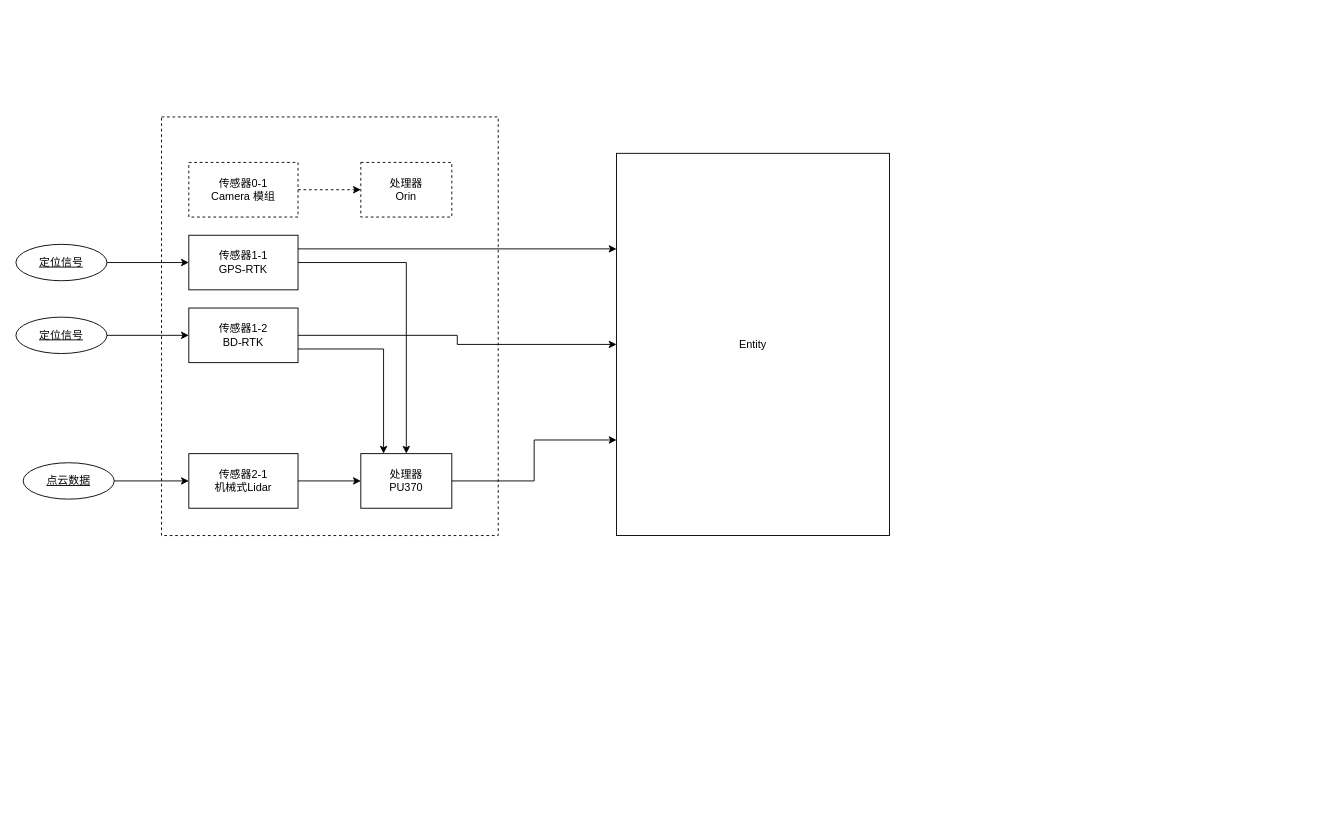
Above: page "Entity" (2 of 4) of 马来循迹控制_SIL2方案.drawio in FrankWong-cs/SharingwithColleagues (draw.io), before the change. Source tidied: cells renumbered, new cells numbered last; positions are measured from the earlier drawing's top-left corner, leaving out a move shared by most shapes. Both pictures are drawn from the tidied source at 91%, with x=0, y=0 at pixel (15, 116).
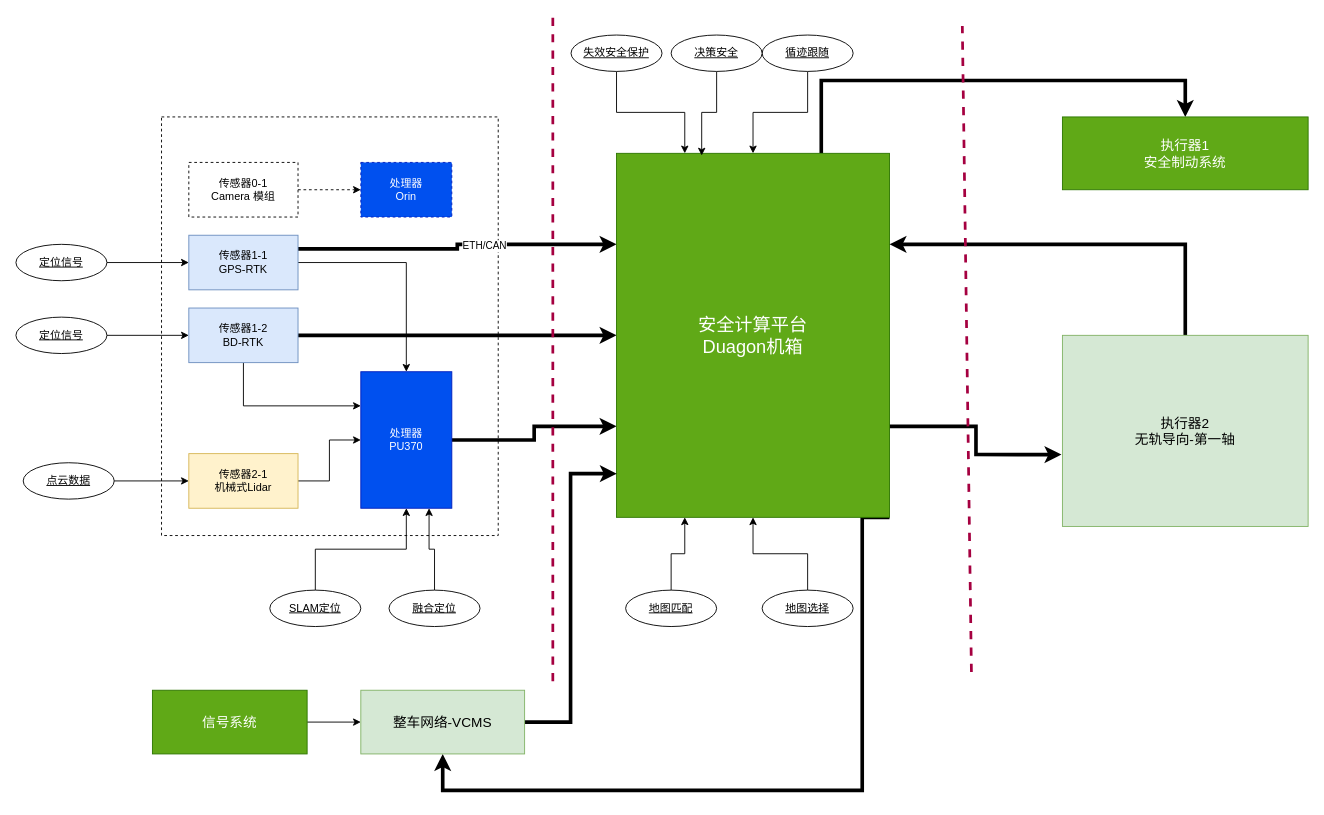
The same diagram, later.

Commit message:
Update 马来循迹控制_SIL2方案.drawio

Change to the diagram source:
```diff
@@
     <mxCell id="3" style="edgeStyle=orthogonalEdgeStyle;rounded=0;jettySize=auto;html=1;exitX=1;exitY=0.5;exitDx=0;exitDy=0;" parent="1" edge="1" source="5" target="21">
-      <mxGeometry relative="1" as="geometry" />
+      <mxGeometry relative="1" as="geometry">
+        <Array as="points">
+          <mxPoint x="429" y="160" />
+        </Array>
+      </mxGeometry>
     </mxCell>
-    <mxCell id="4" style="edgeStyle=orthogonalEdgeStyle;rounded=0;jettySize=auto;html=1;exitX=1;exitY=0.25;exitDx=0;exitDy=0;entryX=0;entryY=0.25;entryDx=0;entryDy=0;" parent="1" edge="1" source="5" target="22">
+    <mxCell id="4" style="edgeStyle=orthogonalEdgeStyle;rounded=0;jettySize=auto;html=1;exitX=1;exitY=0.25;exitDx=0;exitDy=0;entryX=0;entryY=0.25;entryDx=0;entryDy=0;strokeWidth=4;" parent="1" edge="1" source="5" target="22">
       <mxGeometry relative="1" as="geometry" />
     </mxCell>
+    <mxCell id="23" value="ETH/CAN" style="edgeLabel;html=1;align=center;verticalAlign=middle;" parent="4" vertex="1">
+      <mxGeometry x="0.18" y="-1" relative="1" as="geometry" />
+    </mxCell>
-    <mxCell id="5" value="传感器1-1&lt;br&gt;GPS-RTK" style="rounded=0;whiteSpace=wrap;html=1;" parent="1" vertex="1">
+    <mxCell id="5" value="传感器1-1&lt;br&gt;GPS-RTK" style="rounded=0;whiteSpace=wrap;html=1;fillColor=#dae8fc;strokeColor=#6c8ebf;" parent="1" vertex="1">
       <mxGeometry x="190" y="130" width="120" height="60" as="geometry" />
     </mxCell>
-    <mxCell id="6" style="edgeStyle=orthogonalEdgeStyle;rounded=0;jettySize=auto;html=1;exitX=1;exitY=0.5;exitDx=0;exitDy=0;entryX=0;entryY=0.5;entryDx=0;entryDy=0;" parent="1" edge="1" source="8" target="22">
+    <mxCell id="6" style="edgeStyle=orthogonalEdgeStyle;rounded=0;jettySize=auto;html=1;exitX=1;exitY=0.5;exitDx=0;exitDy=0;entryX=0;entryY=0.5;entryDx=0;entryDy=0;strokeWidth=4;" parent="1" edge="1" source="8" target="22">
       <mxGeometry relative="1" as="geometry" />
     </mxCell>
-    <mxCell id="7" style="edgeStyle=orthogonalEdgeStyle;rounded=0;jettySize=auto;html=1;exitX=1;exitY=0.75;exitDx=0;exitDy=0;entryX=0.25;entryY=0;entryDx=0;entryDy=0;" parent="1" edge="1" source="8" target="21">
+    <mxCell id="7" style="edgeStyle=orthogonalEdgeStyle;rounded=0;jettySize=auto;html=1;exitX=0.5;exitY=1;exitDx=0;exitDy=0;entryX=0;entryY=0.25;entryDx=0;entryDy=0;" parent="1" edge="1" source="8" target="21">
       <mxGeometry relative="1" as="geometry" />
     </mxCell>
-    <mxCell id="8" value="传感器1-2&lt;br&gt;BD-RTK" style="rounded=0;whiteSpace=wrap;html=1;" parent="1" vertex="1">
+    <mxCell id="8" value="传感器1-2&lt;br&gt;BD-RTK" style="rounded=0;whiteSpace=wrap;html=1;fillColor=#dae8fc;strokeColor=#6c8ebf;" parent="1" vertex="1">
       <mxGeometry x="190" y="210" width="120" height="60" as="geometry" />
     </mxCell>
@@
-    <mxCell id="10" value="传感器2-1&lt;br&gt;机械式Lidar" style="rounded=0;whiteSpace=wrap;html=1;" parent="1" vertex="1">
+    <mxCell id="10" value="传感器2-1&lt;br&gt;机械式Lidar" style="rounded=0;whiteSpace=wrap;html=1;fillColor=#fff2cc;strokeColor=#d6b656;" parent="1" vertex="1">
       <mxGeometry x="190" y="370" width="120" height="60" as="geometry" />
     </mxCell>
@@
-    <mxCell id="19" value="处理器&lt;br&gt;Orin" style="whiteSpace=wrap;html=1;align=center;dashed=1;" parent="1" vertex="1">
+    <mxCell id="19" value="处理器&lt;br&gt;Orin" style="whiteSpace=wrap;html=1;align=center;dashed=1;fillColor=#0050ef;fontColor=#ffffff;strokeColor=#001DBC;" parent="1" vertex="1">
       <mxGeometry x="379" y="50" width="100" height="60" as="geometry" />
     </mxCell>
-    <mxCell id="20" style="edgeStyle=orthogonalEdgeStyle;rounded=0;jettySize=auto;html=1;exitX=1;exitY=0.5;exitDx=0;exitDy=0;entryX=0;entryY=0.75;entryDx=0;entryDy=0;" parent="1" edge="1" source="21" target="22">
+    <mxCell id="20" style="edgeStyle=orthogonalEdgeStyle;rounded=0;jettySize=auto;html=1;exitX=1;exitY=0.5;exitDx=0;exitDy=0;entryX=0;entryY=0.75;entryDx=0;entryDy=0;strokeWidth=4;" parent="1" edge="1" source="21" target="22">
       <mxGeometry relative="1" as="geometry" />
     </mxCell>
-    <mxCell id="21" value="处理器&lt;br&gt;PU370" style="whiteSpace=wrap;html=1;align=center;" parent="1" vertex="1">
-      <mxGeometry x="379" y="370" width="100" height="60" as="geometry" />
+    <mxCell id="21" value="处理器&lt;br&gt;PU370" style="whiteSpace=wrap;html=1;align=center;fillColor=#0050ef;fontColor=#ffffff;strokeColor=#001DBC;" parent="1" vertex="1">
+      <mxGeometry x="379" y="280" width="100" height="150" as="geometry" />
     </mxCell>
+    <mxCell id="24" style="edgeStyle=orthogonalEdgeStyle;rounded=0;jettySize=auto;html=1;exitX=1;exitY=0.75;exitDx=0;exitDy=0;entryX=-0.004;entryY=0.624;entryDx=0;entryDy=0;entryPerimeter=0;strokeWidth=4;" parent="1" edge="1" source="22" target="38">
+      <mxGeometry relative="1" as="geometry" />
+    </mxCell>
+    <mxCell id="25" style="edgeStyle=orthogonalEdgeStyle;rounded=0;jettySize=auto;html=1;exitX=0.75;exitY=0;exitDx=0;exitDy=0;entryX=0.5;entryY=0;entryDx=0;entryDy=0;strokeWidth=4;" parent="1" edge="1" source="22" target="41">
+      <mxGeometry relative="1" as="geometry">
+        <Array as="points">
+          <mxPoint x="885" y="-40" />
+          <mxPoint x="1285" y="-40" />
+        </Array>
+      </mxGeometry>
+    </mxCell>
+    <mxCell id="26" style="edgeStyle=orthogonalEdgeStyle;rounded=0;jettySize=auto;html=1;exitX=1;exitY=1;exitDx=0;exitDy=0;entryX=0.5;entryY=1;entryDx=0;entryDy=0;strokeWidth=4;" parent="1" edge="1" source="22" target="45">
+      <mxGeometry relative="1" as="geometry">
+        <Array as="points">
+          <mxPoint x="930" y="440" />
+          <mxPoint x="930" y="740" />
+          <mxPoint x="469" y="740" />
+        </Array>
+      </mxGeometry>
+    </mxCell>
-    <mxCell id="22" value="Entity" style="whiteSpace=wrap;html=1;align=center;" parent="1" vertex="1">
-      <mxGeometry x="660" y="40" width="300" height="420" as="geometry" />
+    <mxCell id="22" value="安全计算平台&lt;br style=&quot;font-size: 20px;&quot;&gt;Duagon机箱" style="whiteSpace=wrap;html=1;align=center;fillColor=#60a917;fontColor=#ffffff;strokeColor=#2D7600;verticalAlign=middle;fontSize=20;" parent="1" vertex="1">
+      <mxGeometry x="660" y="40" width="300" height="400" as="geometry" />
     </mxCell>
+    <mxCell id="27" style="edgeStyle=orthogonalEdgeStyle;rounded=0;jettySize=auto;html=1;exitX=0.5;exitY=0;exitDx=0;exitDy=0;entryX=0.5;entryY=1;entryDx=0;entryDy=0;" parent="1" edge="1" source="28" target="21">
+      <mxGeometry relative="1" as="geometry" />
+    </mxCell>
+    <mxCell id="28" value="SLAM定位" style="ellipse;whiteSpace=wrap;html=1;align=center;fontStyle=4;" parent="1" vertex="1">
+      <mxGeometry x="279" y="520" width="100" height="40" as="geometry" />
+    </mxCell>
+    <mxCell id="29" style="edgeStyle=orthogonalEdgeStyle;rounded=0;jettySize=auto;html=1;exitX=0.5;exitY=0;exitDx=0;exitDy=0;entryX=0.75;entryY=1;entryDx=0;entryDy=0;" parent="1" edge="1" source="30" target="21">
+      <mxGeometry relative="1" as="geometry" />
+    </mxCell>
+    <mxCell id="30" value="融合定位" style="ellipse;whiteSpace=wrap;html=1;align=center;fontStyle=4;" parent="1" vertex="1">
+      <mxGeometry x="410" y="520" width="100" height="40" as="geometry" />
+    </mxCell>
+    <mxCell id="31" style="edgeStyle=orthogonalEdgeStyle;rounded=0;jettySize=auto;html=1;exitX=0.5;exitY=0;exitDx=0;exitDy=0;entryX=0.25;entryY=1;entryDx=0;entryDy=0;" parent="1" edge="1" source="32" target="22">
+      <mxGeometry relative="1" as="geometry" />
+    </mxCell>
+    <mxCell id="32" value="地图匹配" style="ellipse;whiteSpace=wrap;html=1;align=center;fontStyle=4;" parent="1" vertex="1">
+      <mxGeometry x="670" y="520" width="100" height="40" as="geometry" />
+    </mxCell>
+    <mxCell id="33" style="edgeStyle=orthogonalEdgeStyle;rounded=0;jettySize=auto;html=1;exitX=0.5;exitY=0;exitDx=0;exitDy=0;" parent="1" edge="1" source="34" target="22">
+      <mxGeometry relative="1" as="geometry" />
+    </mxCell>
+    <mxCell id="34" value="地图选择" style="ellipse;whiteSpace=wrap;html=1;align=center;fontStyle=4;" parent="1" vertex="1">
+      <mxGeometry x="820" y="520" width="100" height="40" as="geometry" />
+    </mxCell>
+    <mxCell id="35" style="edgeStyle=orthogonalEdgeStyle;rounded=0;jettySize=auto;html=1;exitX=0.5;exitY=1;exitDx=0;exitDy=0;entryX=0.25;entryY=0;entryDx=0;entryDy=0;" parent="1" edge="1" source="36" target="22">
+      <mxGeometry relative="1" as="geometry" />
+    </mxCell>
+    <mxCell id="36" value="失效安全保护" style="ellipse;whiteSpace=wrap;html=1;align=center;fontStyle=4;" parent="1" vertex="1">
+      <mxGeometry x="610" y="-90" width="100" height="40" as="geometry" />
+    </mxCell>
+    <mxCell id="37" style="edgeStyle=orthogonalEdgeStyle;rounded=0;jettySize=auto;html=1;exitX=0.5;exitY=0;exitDx=0;exitDy=0;entryX=1;entryY=0.25;entryDx=0;entryDy=0;strokeWidth=4;" parent="1" edge="1" source="38" target="22">
+      <mxGeometry relative="1" as="geometry" />
+    </mxCell>
+    <mxCell id="38" value="执行器2&lt;br style=&quot;font-size: 15px;&quot;&gt;无轨导向-第一轴" style="whiteSpace=wrap;html=1;align=center;fontSize=15;fillColor=#d5e8d4;strokeColor=#82b366;" parent="1" vertex="1">
+      <mxGeometry x="1150" y="240" width="270" height="210" as="geometry" />
+    </mxCell>
+    <mxCell id="39" style="endArrow=none;dashed=1;html=1;rounded=0;fillColor=#d80073;strokeColor=#A50040;strokeWidth=3;" parent="1" edge="1">
+      <mxGeometry relative="1" as="geometry">
+        <mxPoint x="590" y="620" as="sourcePoint" />
+        <mxPoint x="590" y="-110" as="targetPoint" />
+      </mxGeometry>
+    </mxCell>
+    <mxCell id="40" style="endArrow=none;dashed=1;html=1;rounded=0;fillColor=#d80073;strokeColor=#A50040;strokeWidth=3;" parent="1" edge="1">
+      <mxGeometry relative="1" as="geometry">
+        <mxPoint x="1050" y="610" as="sourcePoint" />
+        <mxPoint x="1040" y="-100" as="targetPoint" />
+      </mxGeometry>
+    </mxCell>
+    <mxCell id="41" value="执行器1&lt;br style=&quot;font-size: 15px;&quot;&gt;安全制动系统" style="whiteSpace=wrap;html=1;align=center;fontSize=15;fillColor=#60a917;fontColor=#ffffff;strokeColor=#2D7600;" parent="1" vertex="1">
+      <mxGeometry x="1150" width="270" height="80" as="geometry" />
+    </mxCell>
+    <mxCell id="42" style="edgeStyle=orthogonalEdgeStyle;rounded=0;jettySize=auto;html=1;exitX=0.5;exitY=1;exitDx=0;exitDy=0;" parent="1" edge="1" source="43" target="22">
+      <mxGeometry relative="1" as="geometry" />
+    </mxCell>
+    <mxCell id="43" value="循迹跟随" style="ellipse;whiteSpace=wrap;html=1;align=center;fontStyle=4;" parent="1" vertex="1">
+      <mxGeometry x="820" y="-90" width="100" height="40" as="geometry" />
+    </mxCell>
+    <mxCell id="44" style="edgeStyle=orthogonalEdgeStyle;rounded=0;jettySize=auto;html=1;exitX=1;exitY=0.5;exitDx=0;exitDy=0;entryX=0.001;entryY=0.88;entryDx=0;entryDy=0;entryPerimeter=0;strokeWidth=4;" parent="1" edge="1" source="45" target="22">
+      <mxGeometry relative="1" as="geometry" />
+    </mxCell>
+    <mxCell id="45" value="整车网络-VCMS" style="whiteSpace=wrap;html=1;align=center;fontSize=15;fillColor=#d5e8d4;strokeColor=#82b366;" parent="1" vertex="1">
+      <mxGeometry x="379" y="630" width="180" height="70" as="geometry" />
+    </mxCell>
+    <mxCell id="46" style="edgeStyle=orthogonalEdgeStyle;rounded=0;jettySize=auto;html=1;exitX=1;exitY=0.5;exitDx=0;exitDy=0;entryX=0;entryY=0.5;entryDx=0;entryDy=0;" parent="1" edge="1" source="47" target="45">
+      <mxGeometry relative="1" as="geometry" />
+    </mxCell>
+    <mxCell id="47" value="信号系统" style="whiteSpace=wrap;html=1;align=center;fontSize=15;fillColor=#60a917;fontColor=#ffffff;strokeColor=#2D7600;" parent="1" vertex="1">
+      <mxGeometry x="150" y="630" width="170" height="70" as="geometry" />
+    </mxCell>
+    <mxCell id="48" style="edgeStyle=orthogonalEdgeStyle;rounded=0;jettySize=auto;html=1;exitX=0.5;exitY=1;exitDx=0;exitDy=0;entryX=0.312;entryY=0.006;entryDx=0;entryDy=0;entryPerimeter=0;" parent="1" edge="1" source="49" target="22">
+      <mxGeometry relative="1" as="geometry" />
+    </mxCell>
+    <mxCell id="49" value="决策安全" style="ellipse;whiteSpace=wrap;html=1;align=center;fontStyle=4;" parent="1" vertex="1">
+      <mxGeometry x="720" y="-90" width="100" height="40" as="geometry" />
+    </mxCell>
```
